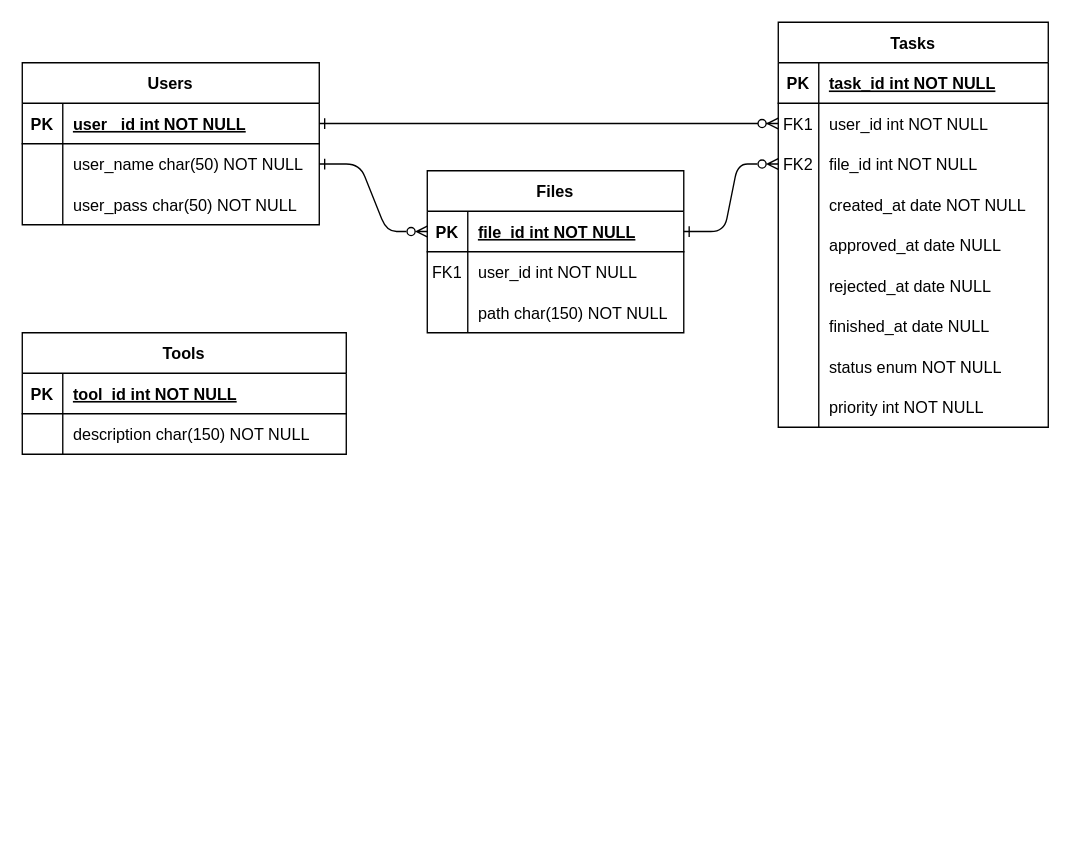
Before: docs/design/db/db-entity-relationship.drawio in Leandro-Bertoluzzi/remote-cnc-workgroup, a draw.io diagram. Source tidied: cells renumbered, new cells numbered last; positions are measured from the earlier drawing's top-left corner, leaving out a move shared by most shapes. Both pictures are drawn from the tidied source at 135%, with x=0, y=0 at pixel (22, 22).
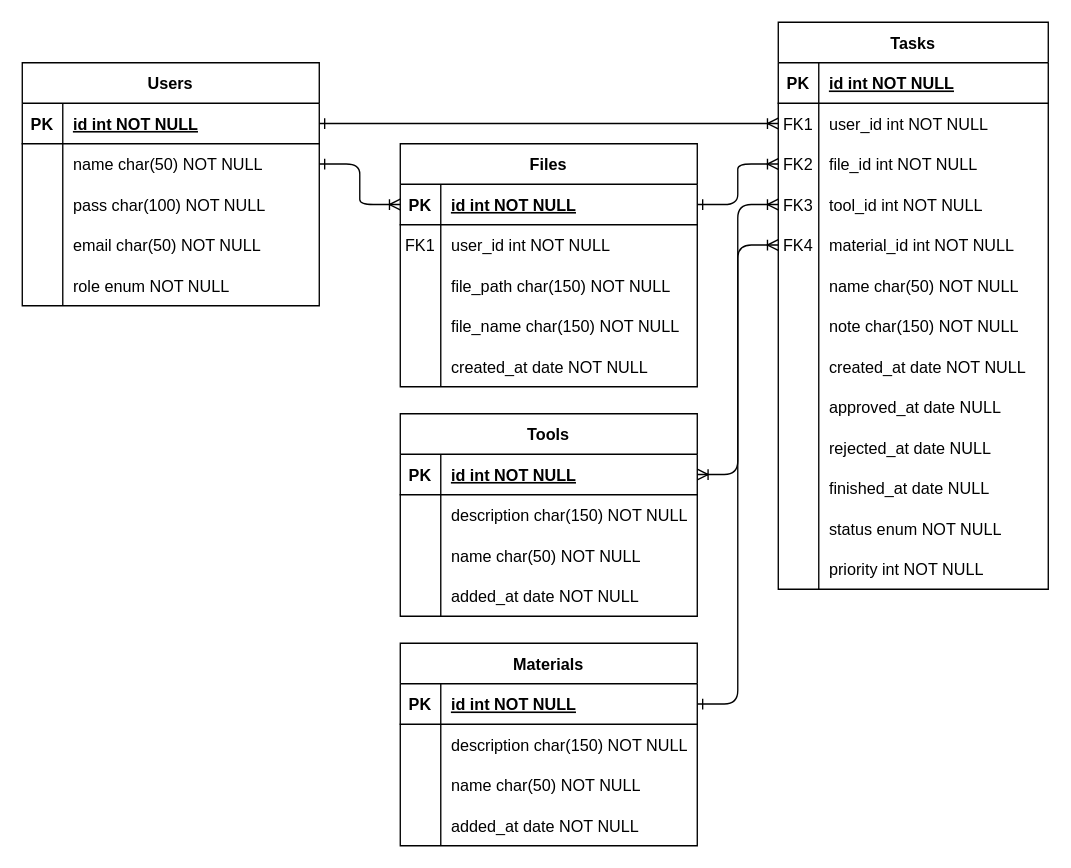
After the change.

Unchanged cells that the change refers to:
```xml
<mxCell id="4" style="shape=partialRectangle;fillColor=none;top=0;left=0;right=0;bottom=1;" parent="3" vertex="1">
  <mxGeometry y="30" width="200" height="30" as="geometry" />
</mxCell>
<mxCell id="7" style="shape=partialRectangle;fillColor=none;points=[[0,0.5],[1,0.5]];portConstraint=eastwest;top=0;left=0;right=0;bottom=0;" parent="3" vertex="1">
  <mxGeometry y="60" width="200" height="30" as="geometry" />
</mxCell>
<mxCell id="10" style="shape=partialRectangle;fillColor=none;points=[[0,0.5],[1,0.5]];portConstraint=eastwest;top=0;left=0;right=0;bottom=0;" parent="3" vertex="1">
  <mxGeometry y="90" width="200" height="30" as="geometry" />
</mxCell>
<mxCell id="41" style="shape=partialRectangle;fillColor=none;points=[[0,0.5],[1,0.5]];portConstraint=eastwest;top=0;left=0;right=0;bottom=1;" parent="40" vertex="1">
  <mxGeometry y="30" width="220" height="30" as="geometry" />
</mxCell>
<mxCell id="44" style="shape=partialRectangle;fillColor=none;points=[[0,0.5],[1,0.5]];portConstraint=eastwest;top=0;left=0;right=0;bottom=0;" parent="40" vertex="1">
  <mxGeometry y="60" width="220" height="30" as="geometry" />
</mxCell>
<mxCell id="47" style="shape=partialRectangle;fillColor=none;top=0;left=0;right=0;bottom=0;" parent="40" vertex="1">
  <mxGeometry y="90" width="220" height="30" as="geometry" />
</mxCell>
```

Diff of the diagram source:
```diff
@@
-    <mxCell id="2" style="edgeStyle=entityRelationEdgeStyle;endArrow=ERzeroToMany;startArrow=ERone;endFill=1;startFill=0;exitX=1;exitY=0.5;exitDx=0;exitDy=0;" parent="1" edge="1" source="41" target="7">
+    <mxCell id="2" style="edgeStyle=entityRelationEdgeStyle;endArrow=ERoneToMany;startArrow=ERone;endFill=0;startFill=0;exitX=1;exitY=0.5;exitDx=0;exitDy=0;" parent="1" edge="1" source="41" target="7">
       <mxGeometry relative="1" as="geometry" />
     </mxCell>
     <mxCell id="3" value="Tasks" style="shape=table;startSize=30;childLayout=tableLayout;rowLines=0;fontStyle=1;align=center;" parent="1" vertex="1">
-      <mxGeometry x="560" width="200" height="300" as="geometry" />
+      <mxGeometry x="560" width="200" height="420" as="geometry" />
     </mxCell>
@@
-    <mxCell id="6" value="task_id int NOT NULL " style="shape=partialRectangle;overflow=hidden;fillColor=none;top=0;left=0;bottom=0;right=0;align=left;spacingLeft=6;fontStyle=5;" parent="4" vertex="1">
+    <mxCell id="6" value="id int NOT NULL " style="shape=partialRectangle;overflow=hidden;fillColor=none;top=0;left=0;bottom=0;right=0;align=left;spacingLeft=6;fontStyle=5;" parent="4" vertex="1">
       <mxGeometry x="30" width="170" height="30" as="geometry" />
     </mxCell>
@@
+    <mxCell id="62" style="shape=partialRectangle;fillColor=none;points=[[0,0.5],[1,0.5]];portConstraint=eastwest;top=0;left=0;right=0;bottom=0;" parent="3" vertex="1">
+      <mxGeometry y="120" width="200" height="30" as="geometry" />
+    </mxCell>
+    <mxCell id="63" value="FK3" style="shape=partialRectangle;overflow=hidden;fillColor=none;top=0;left=0;bottom=0;right=0;" parent="62" vertex="1">
+      <mxGeometry width="30" height="30" as="geometry" />
+    </mxCell>
+    <mxCell id="64" value="tool_id int NOT NULL" style="shape=partialRectangle;overflow=hidden;fillColor=none;top=0;left=0;bottom=0;right=0;align=left;spacingLeft=6;" parent="62" vertex="1">
+      <mxGeometry x="30" width="170" height="30" as="geometry" />
+    </mxCell>
+    <mxCell id="65" style="shape=partialRectangle;fillColor=none;points=[[0,0.5],[1,0.5]];portConstraint=eastwest;top=0;left=0;right=0;bottom=0;" parent="3" vertex="1">
+      <mxGeometry y="150" width="200" height="30" as="geometry" />
+    </mxCell>
+    <mxCell id="66" value="FK4" style="shape=partialRectangle;overflow=hidden;fillColor=none;top=0;left=0;bottom=0;right=0;" parent="65" vertex="1">
+      <mxGeometry width="30" height="30" as="geometry" />
+    </mxCell>
+    <mxCell id="67" value="material_id int NOT NULL" style="shape=partialRectangle;overflow=hidden;fillColor=none;top=0;left=0;bottom=0;right=0;align=left;spacingLeft=6;" parent="65" vertex="1">
+      <mxGeometry x="30" width="170" height="30" as="geometry" />
+    </mxCell>
+    <mxCell id="68" style="shape=partialRectangle;fillColor=none;top=0;left=0;right=0;bottom=0;" parent="3" vertex="1">
+      <mxGeometry y="180" width="200" height="30" as="geometry" />
+    </mxCell>
+    <mxCell id="69" style="shape=partialRectangle;overflow=hidden;fillColor=none;top=0;left=0;bottom=0;right=0;" parent="68" vertex="1">
+      <mxGeometry width="30" height="30" as="geometry" />
+    </mxCell>
+    <mxCell id="70" value="name char(50) NOT NULL" style="shape=partialRectangle;overflow=hidden;fillColor=none;top=0;left=0;bottom=0;right=0;align=left;spacingLeft=6;" parent="68" vertex="1">
+      <mxGeometry x="30" width="170" height="30" as="geometry" />
+    </mxCell>
+    <mxCell id="71" style="shape=partialRectangle;fillColor=none;top=0;left=0;right=0;bottom=0;" parent="3" vertex="1">
+      <mxGeometry y="210" width="200" height="30" as="geometry" />
+    </mxCell>
+    <mxCell id="72" style="shape=partialRectangle;overflow=hidden;fillColor=none;top=0;left=0;bottom=0;right=0;" parent="71" vertex="1">
+      <mxGeometry width="30" height="30" as="geometry" />
+    </mxCell>
+    <mxCell id="73" value="note char(150) NOT NULL" style="shape=partialRectangle;overflow=hidden;fillColor=none;top=0;left=0;bottom=0;right=0;align=left;spacingLeft=6;" parent="71" vertex="1">
+      <mxGeometry x="30" width="170" height="30" as="geometry" />
+    </mxCell>
     <mxCell id="13" style="shape=partialRectangle;fillColor=none;top=0;left=0;right=0;bottom=0;" parent="3" vertex="1">
-      <mxGeometry y="120" width="200" height="30" as="geometry" />
+      <mxGeometry y="240" width="200" height="30" as="geometry" />
     </mxCell>
@@
     <mxCell id="16" style="shape=partialRectangle;fillColor=none;top=0;left=0;right=0;bottom=0;" parent="3" vertex="1">
-      <mxGeometry y="150" width="200" height="30" as="geometry" />
+      <mxGeometry y="270" width="200" height="30" as="geometry" />
     </mxCell>
@@
     <mxCell id="19" style="shape=partialRectangle;fillColor=none;top=0;left=0;right=0;bottom=0;" parent="3" vertex="1">
-      <mxGeometry y="180" width="200" height="30" as="geometry" />
+      <mxGeometry y="300" width="200" height="30" as="geometry" />
     </mxCell>
@@
     <mxCell id="22" style="shape=partialRectangle;fillColor=none;top=0;left=0;right=0;bottom=0;" parent="3" vertex="1">
-      <mxGeometry y="210" width="200" height="30" as="geometry" />
+      <mxGeometry y="330" width="200" height="30" as="geometry" />
     </mxCell>
@@
     <mxCell id="25" style="shape=partialRectangle;fillColor=none;top=0;left=0;right=0;bottom=0;" parent="3" vertex="1">
-      <mxGeometry y="240" width="200" height="30" as="geometry" />
+      <mxGeometry y="360" width="200" height="30" as="geometry" />
     </mxCell>
@@
     <mxCell id="28" style="shape=partialRectangle;fillColor=none;top=0;left=0;right=0;bottom=0;" parent="3" vertex="1">
-      <mxGeometry y="270" width="200" height="30" as="geometry" />
+      <mxGeometry y="390" width="200" height="30" as="geometry" />
     </mxCell>
@@
     <mxCell id="31" value="Tools" style="shape=table;startSize=30;childLayout=tableLayout;rowLines=0;fontStyle=1;align=center;" parent="1" vertex="1">
-      <mxGeometry y="230" width="240" height="90" as="geometry" />
+      <mxGeometry x="280" y="290" width="220" height="150" as="geometry" />
     </mxCell>
     <mxCell id="32" style="shape=partialRectangle;fillColor=none;points=[[0,0.5],[1,0.5]];portConstraint=eastwest;top=0;left=0;right=0;bottom=1;" parent="31" vertex="1">
-      <mxGeometry y="30" width="240" height="30" as="geometry" />
+      <mxGeometry y="30" width="220" height="30" as="geometry" />
     </mxCell>
@@
-    <mxCell id="34" value="tool_id int NOT NULL " style="shape=partialRectangle;overflow=hidden;fillColor=none;top=0;left=0;bottom=0;right=0;align=left;spacingLeft=6;fontStyle=5;" parent="32" vertex="1">
-      <mxGeometry x="30" width="210" height="30" as="geometry" />
+    <mxCell id="34" value="id int NOT NULL " style="shape=partialRectangle;overflow=hidden;fillColor=none;top=0;left=0;bottom=0;right=0;align=left;spacingLeft=6;fontStyle=5;" parent="32" vertex="1">
+      <mxGeometry x="30" width="190" height="30" as="geometry" />
     </mxCell>
     <mxCell id="35" style="shape=partialRectangle;fillColor=none;top=0;left=0;right=0;bottom=0;" parent="31" vertex="1">
-      <mxGeometry y="60" width="240" height="30" as="geometry" />
+      <mxGeometry y="60" width="220" height="30" as="geometry" />
     </mxCell>
@@
     <mxCell id="37" value="description char(150) NOT NULL" style="shape=partialRectangle;overflow=hidden;fillColor=none;top=0;left=0;bottom=0;right=0;align=left;spacingLeft=6;" parent="35" vertex="1">
-      <mxGeometry x="30" width="210" height="30" as="geometry" />
+      <mxGeometry x="30" width="190" height="30" as="geometry" />
     </mxCell>
-    <mxCell id="38" style="shape=partialRectangle;fillColor=none;top=0;left=0;right=0;bottom=0;" parent="1" vertex="1">
-      <mxGeometry y="140" width="250" height="30" as="geometry" />
-    </mxCell>
-    <mxCell id="39" style="shape=partialRectangle;overflow=hidden;fillColor=none;top=0;left=0;bottom=0;right=0;" parent="38" vertex="1">
-      <mxGeometry width="30" height="30" as="geometry" />
-    </mxCell>
+    <mxCell id="74" style="shape=partialRectangle;fillColor=none;top=0;left=0;right=0;bottom=0;" parent="31" vertex="1">
+      <mxGeometry y="90" width="220" height="30" as="geometry" />
+    </mxCell>
+    <mxCell id="75" style="shape=partialRectangle;overflow=hidden;fillColor=none;top=0;left=0;bottom=0;right=0;" parent="74" vertex="1">
+      <mxGeometry width="30" height="30" as="geometry" />
+    </mxCell>
+    <mxCell id="76" value="name char(50) NOT NULL" style="shape=partialRectangle;overflow=hidden;fillColor=none;top=0;left=0;bottom=0;right=0;align=left;spacingLeft=6;" parent="74" vertex="1">
+      <mxGeometry x="30" width="190" height="30" as="geometry" />
+    </mxCell>
+    <mxCell id="77" style="shape=partialRectangle;fillColor=none;top=0;left=0;right=0;bottom=0;" parent="31" vertex="1">
+      <mxGeometry y="120" width="220" height="30" as="geometry" />
+    </mxCell>
+    <mxCell id="78" style="shape=partialRectangle;overflow=hidden;fillColor=none;top=0;left=0;bottom=0;right=0;" parent="77" vertex="1">
+      <mxGeometry width="30" height="30" as="geometry" />
+    </mxCell>
+    <mxCell id="79" value="added_at date NOT NULL" style="shape=partialRectangle;overflow=hidden;fillColor=none;top=0;left=0;bottom=0;right=0;align=left;spacingLeft=6;" parent="77" vertex="1">
+      <mxGeometry x="30" width="190" height="30" as="geometry" />
+    </mxCell>
     <mxCell id="40" value="Users" style="shape=table;startSize=30;childLayout=tableLayout;rowLines=0;fontStyle=1;align=center;" parent="1" vertex="1">
-      <mxGeometry y="30" width="220" height="120" as="geometry" />
+      <mxGeometry y="30" width="220" height="180" as="geometry" />
     </mxCell>
@@
-    <mxCell id="43" value="user _id int NOT NULL" style="shape=partialRectangle;overflow=hidden;fillColor=none;top=0;left=0;bottom=0;right=0;align=left;spacingLeft=6;fontStyle=5;" parent="41" vertex="1">
+    <mxCell id="43" value="id int NOT NULL" style="shape=partialRectangle;overflow=hidden;fillColor=none;top=0;left=0;bottom=0;right=0;align=left;spacingLeft=6;fontStyle=5;" parent="41" vertex="1">
       <mxGeometry x="30" width="190" height="30" as="geometry" />
     </mxCell>
@@
-    <mxCell id="46" value="user_name char(50) NOT NULL" style="shape=partialRectangle;overflow=hidden;fillColor=none;top=0;left=0;bottom=0;right=0;align=left;spacingLeft=6;" parent="44" vertex="1">
+    <mxCell id="46" value="name char(50) NOT NULL" style="shape=partialRectangle;overflow=hidden;fillColor=none;top=0;left=0;bottom=0;right=0;align=left;spacingLeft=6;" parent="44" vertex="1">
       <mxGeometry x="30" width="190" height="30" as="geometry" />
     </mxCell>
@@
-    <mxCell id="49" value="user_pass char(50) NOT NULL" style="shape=partialRectangle;overflow=hidden;fillColor=none;top=0;left=0;bottom=0;right=0;align=left;spacingLeft=6;" parent="47" vertex="1">
+    <mxCell id="49" value="pass char(100) NOT NULL" style="shape=partialRectangle;overflow=hidden;fillColor=none;top=0;left=0;bottom=0;right=0;align=left;spacingLeft=6;" parent="47" vertex="1">
       <mxGeometry x="30" width="190" height="30" as="geometry" />
     </mxCell>
+    <mxCell id="80" style="shape=partialRectangle;fillColor=none;top=0;left=0;right=0;bottom=0;" parent="40" vertex="1">
+      <mxGeometry y="120" width="220" height="30" as="geometry" />
+    </mxCell>
+    <mxCell id="81" style="shape=partialRectangle;overflow=hidden;fillColor=none;top=0;left=0;bottom=0;right=0;" parent="80" vertex="1">
+      <mxGeometry width="30" height="30" as="geometry" />
+    </mxCell>
+    <mxCell id="82" value="email char(50) NOT NULL" style="shape=partialRectangle;overflow=hidden;fillColor=none;top=0;left=0;bottom=0;right=0;align=left;spacingLeft=6;" parent="80" vertex="1">
+      <mxGeometry x="30" width="190" height="30" as="geometry" />
+    </mxCell>
+    <mxCell id="83" style="shape=partialRectangle;fillColor=none;top=0;left=0;right=0;bottom=0;" parent="40" vertex="1">
+      <mxGeometry y="150" width="220" height="30" as="geometry" />
+    </mxCell>
+    <mxCell id="84" style="shape=partialRectangle;overflow=hidden;fillColor=none;top=0;left=0;bottom=0;right=0;" parent="83" vertex="1">
+      <mxGeometry width="30" height="30" as="geometry" />
+    </mxCell>
+    <mxCell id="85" value="role enum NOT NULL" style="shape=partialRectangle;overflow=hidden;fillColor=none;top=0;left=0;bottom=0;right=0;align=left;spacingLeft=6;" parent="83" vertex="1">
+      <mxGeometry x="30" width="190" height="30" as="geometry" />
+    </mxCell>
     <mxCell id="50" value="Files" style="shape=table;startSize=30;childLayout=tableLayout;rowLines=0;fontStyle=1;align=center;" parent="1" vertex="1">
-      <mxGeometry x="300" y="110" width="190" height="120" as="geometry" />
+      <mxGeometry x="280" y="90" width="220" height="180" as="geometry" />
     </mxCell>
     <mxCell id="51" style="shape=partialRectangle;fillColor=none;points=[[0,0.5],[1,0.5]];portConstraint=eastwest;top=0;left=0;right=0;bottom=1;" parent="50" vertex="1">
-      <mxGeometry y="30" width="190" height="30" as="geometry" />
+      <mxGeometry y="30" width="220" height="30" as="geometry" />
     </mxCell>
@@
-    <mxCell id="53" value="file_id int NOT NULL " style="shape=partialRectangle;overflow=hidden;fillColor=none;top=0;left=0;bottom=0;right=0;align=left;spacingLeft=6;fontStyle=5;" parent="51" vertex="1">
-      <mxGeometry x="30" width="160" height="30" as="geometry" />
+    <mxCell id="53" value="id int NOT NULL " style="shape=partialRectangle;overflow=hidden;fillColor=none;top=0;left=0;bottom=0;right=0;align=left;spacingLeft=6;fontStyle=5;" parent="51" vertex="1">
+      <mxGeometry x="30" width="190" height="30" as="geometry" />
     </mxCell>
     <mxCell id="54" style="shape=partialRectangle;fillColor=none;top=0;left=0;right=0;bottom=0;" parent="50" vertex="1">
-      <mxGeometry y="60" width="190" height="30" as="geometry" />
+      <mxGeometry y="60" width="220" height="30" as="geometry" />
     </mxCell>
@@
     <mxCell id="56" value="user_id int NOT NULL" style="shape=partialRectangle;overflow=hidden;fillColor=none;top=0;left=0;bottom=0;right=0;align=left;spacingLeft=6;" parent="54" vertex="1">
-      <mxGeometry x="30" width="160" height="30" as="geometry" />
+      <mxGeometry x="30" width="190" height="30" as="geometry" />
     </mxCell>
     <mxCell id="57" style="shape=partialRectangle;fillColor=none;top=0;left=0;right=0;bottom=0;" parent="50" vertex="1">
-      <mxGeometry y="90" width="190" height="30" as="geometry" />
+      <mxGeometry y="90" width="220" height="30" as="geometry" />
     </mxCell>
@@
-    <mxCell id="59" value="path char(150) NOT NULL" style="shape=partialRectangle;overflow=hidden;fillColor=none;top=0;left=0;bottom=0;right=0;align=left;spacingLeft=6;" parent="57" vertex="1">
-      <mxGeometry x="30" width="160" height="30" as="geometry" />
+    <mxCell id="59" value="file_path char(150) NOT NULL" style="shape=partialRectangle;overflow=hidden;fillColor=none;top=0;left=0;bottom=0;right=0;align=left;spacingLeft=6;" parent="57" vertex="1">
+      <mxGeometry x="30" width="190" height="30" as="geometry" />
     </mxCell>
+    <mxCell id="86" style="shape=partialRectangle;fillColor=none;top=0;left=0;right=0;bottom=0;" parent="50" vertex="1">
+      <mxGeometry y="120" width="220" height="30" as="geometry" />
+    </mxCell>
+    <mxCell id="87" style="shape=partialRectangle;overflow=hidden;fillColor=none;top=0;left=0;bottom=0;right=0;" parent="86" vertex="1">
+      <mxGeometry width="30" height="30" as="geometry" />
+    </mxCell>
+    <mxCell id="88" value="file_name char(150) NOT NULL" style="shape=partialRectangle;overflow=hidden;fillColor=none;top=0;left=0;bottom=0;right=0;align=left;spacingLeft=6;" parent="86" vertex="1">
+      <mxGeometry x="30" width="190" height="30" as="geometry" />
+    </mxCell>
+    <mxCell id="89" style="shape=partialRectangle;fillColor=none;top=0;left=0;right=0;bottom=0;" parent="50" vertex="1">
+      <mxGeometry y="150" width="220" height="30" as="geometry" />
+    </mxCell>
+    <mxCell id="90" style="shape=partialRectangle;overflow=hidden;fillColor=none;top=0;left=0;bottom=0;right=0;" parent="89" vertex="1">
+      <mxGeometry width="30" height="30" as="geometry" />
+    </mxCell>
+    <mxCell id="91" value="created_at date NOT NULL" style="shape=partialRectangle;overflow=hidden;fillColor=none;top=0;left=0;bottom=0;right=0;align=left;spacingLeft=6;" parent="89" vertex="1">
+      <mxGeometry x="30" width="190" height="30" as="geometry" />
+    </mxCell>
-    <mxCell id="60" style="edgeStyle=entityRelationEdgeStyle;rounded=1;jettySize=auto;html=1;exitX=1;exitY=0.5;exitDx=0;exitDy=0;entryX=0;entryY=0.5;entryDx=0;entryDy=0;startArrow=ERone;startFill=0;elbow=vertical;endArrow=ERzeroToMany;endFill=0;" parent="1" edge="1" source="51" target="10">
+    <mxCell id="60" style="edgeStyle=entityRelationEdgeStyle;rounded=1;jettySize=auto;html=1;exitX=1;exitY=0.5;exitDx=0;exitDy=0;entryX=0;entryY=0.5;entryDx=0;entryDy=0;startArrow=ERone;startFill=0;elbow=vertical;endArrow=ERoneToMany;endFill=0;" parent="1" edge="1" source="51" target="10">
       <mxGeometry relative="1" as="geometry" />
     </mxCell>
-    <mxCell id="61" style="rounded=1;jettySize=auto;html=1;entryX=0;entryY=0.5;entryDx=0;entryDy=0;startArrow=ERone;startFill=0;endArrow=ERzeroToMany;endFill=0;exitX=1;exitY=0.5;exitDx=0;exitDy=0;edgeStyle=entityRelationEdgeStyle;" parent="1" edge="1" source="44" target="51">
+    <mxCell id="61" style="rounded=1;jettySize=auto;html=1;entryX=0;entryY=0.5;entryDx=0;entryDy=0;startArrow=ERone;startFill=0;endArrow=ERoneToMany;endFill=0;exitX=1;exitY=0.5;exitDx=0;exitDy=0;edgeStyle=entityRelationEdgeStyle;" parent="1" edge="1" source="44" target="51">
       <mxGeometry relative="1" as="geometry" />
     </mxCell>
+    <mxCell id="92" value="Materials" style="shape=table;startSize=30;childLayout=tableLayout;rowLines=0;fontStyle=1;align=center;" parent="1" vertex="1">
+      <mxGeometry x="280" y="460" width="220" height="150" as="geometry" />
+    </mxCell>
+    <mxCell id="93" style="shape=partialRectangle;fillColor=none;points=[[0,0.5],[1,0.5]];portConstraint=eastwest;top=0;left=0;right=0;bottom=1;" parent="92" vertex="1">
+      <mxGeometry y="30" width="220" height="30" as="geometry" />
+    </mxCell>
+    <mxCell id="94" value="PK" style="shape=partialRectangle;overflow=hidden;fillColor=none;top=0;left=0;bottom=0;right=0;fontStyle=1;" parent="93" vertex="1">
+      <mxGeometry width="30" height="30" as="geometry" />
+    </mxCell>
+    <mxCell id="95" value="id int NOT NULL " style="shape=partialRectangle;overflow=hidden;fillColor=none;top=0;left=0;bottom=0;right=0;align=left;spacingLeft=6;fontStyle=5;" parent="93" vertex="1">
+      <mxGeometry x="30" width="190" height="30" as="geometry" />
+    </mxCell>
+    <mxCell id="96" style="shape=partialRectangle;fillColor=none;top=0;left=0;right=0;bottom=0;" parent="92" vertex="1">
+      <mxGeometry y="60" width="220" height="30" as="geometry" />
+    </mxCell>
+    <mxCell id="97" style="shape=partialRectangle;overflow=hidden;fillColor=none;top=0;left=0;bottom=0;right=0;" parent="96" vertex="1">
+      <mxGeometry width="30" height="30" as="geometry" />
+    </mxCell>
+    <mxCell id="98" value="description char(150) NOT NULL" style="shape=partialRectangle;overflow=hidden;fillColor=none;top=0;left=0;bottom=0;right=0;align=left;spacingLeft=6;" parent="96" vertex="1">
+      <mxGeometry x="30" width="190" height="30" as="geometry" />
+    </mxCell>
+    <mxCell id="99" style="shape=partialRectangle;fillColor=none;top=0;left=0;right=0;bottom=0;" parent="92" vertex="1">
+      <mxGeometry y="90" width="220" height="30" as="geometry" />
+    </mxCell>
+    <mxCell id="100" style="shape=partialRectangle;overflow=hidden;fillColor=none;top=0;left=0;bottom=0;right=0;" parent="99" vertex="1">
+      <mxGeometry width="30" height="30" as="geometry" />
+    </mxCell>
+    <mxCell id="101" value="name char(50) NOT NULL" style="shape=partialRectangle;overflow=hidden;fillColor=none;top=0;left=0;bottom=0;right=0;align=left;spacingLeft=6;" parent="99" vertex="1">
+      <mxGeometry x="30" width="190" height="30" as="geometry" />
+    </mxCell>
+    <mxCell id="102" style="shape=partialRectangle;fillColor=none;top=0;left=0;right=0;bottom=0;" parent="92" vertex="1">
+      <mxGeometry y="120" width="220" height="30" as="geometry" />
+    </mxCell>
+    <mxCell id="103" style="shape=partialRectangle;overflow=hidden;fillColor=none;top=0;left=0;bottom=0;right=0;" parent="102" vertex="1">
+      <mxGeometry width="30" height="30" as="geometry" />
+    </mxCell>
+    <mxCell id="104" value="added_at date NOT NULL" style="shape=partialRectangle;overflow=hidden;fillColor=none;top=0;left=0;bottom=0;right=0;align=left;spacingLeft=6;" parent="102" vertex="1">
+      <mxGeometry x="30" width="190" height="30" as="geometry" />
+    </mxCell>
+    <mxCell id="105" style="edgeStyle=entityRelationEdgeStyle;html=1;entryX=0;entryY=0.5;entryDx=0;entryDy=0;exitX=1;exitY=0.5;exitDx=0;exitDy=0;startArrow=ERoneToMany;startFill=0;endArrow=ERoneToMany;endFill=0;" parent="1" edge="1" source="32" target="62">
+      <mxGeometry relative="1" as="geometry" />
+    </mxCell>
+    <mxCell id="106" style="edgeStyle=entityRelationEdgeStyle;html=1;exitX=1;exitY=0.5;exitDx=0;exitDy=0;entryX=0;entryY=0.5;entryDx=0;entryDy=0;endArrow=ERoneToMany;endFill=0;startArrow=ERone;startFill=0;" parent="1" edge="1" source="93" target="65">
+      <mxGeometry relative="1" as="geometry" />
+    </mxCell>
```
